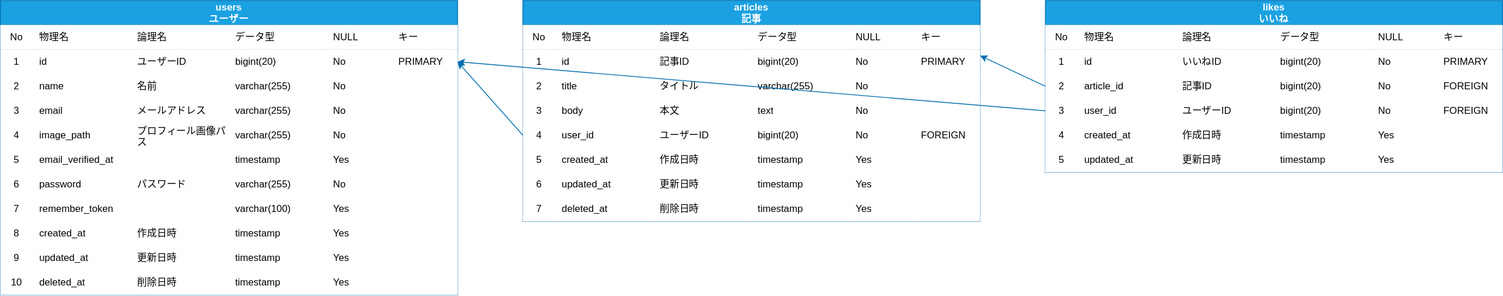
Migisan/laravel-vue-project keeps this draw.io diagram as document/er.drawio.svg. Above is the earlier version. Source tidied: cells renumbered, new cells last; positions are measured from the earlier drawing's top-left corner, leaving out a move shared by most shapes.
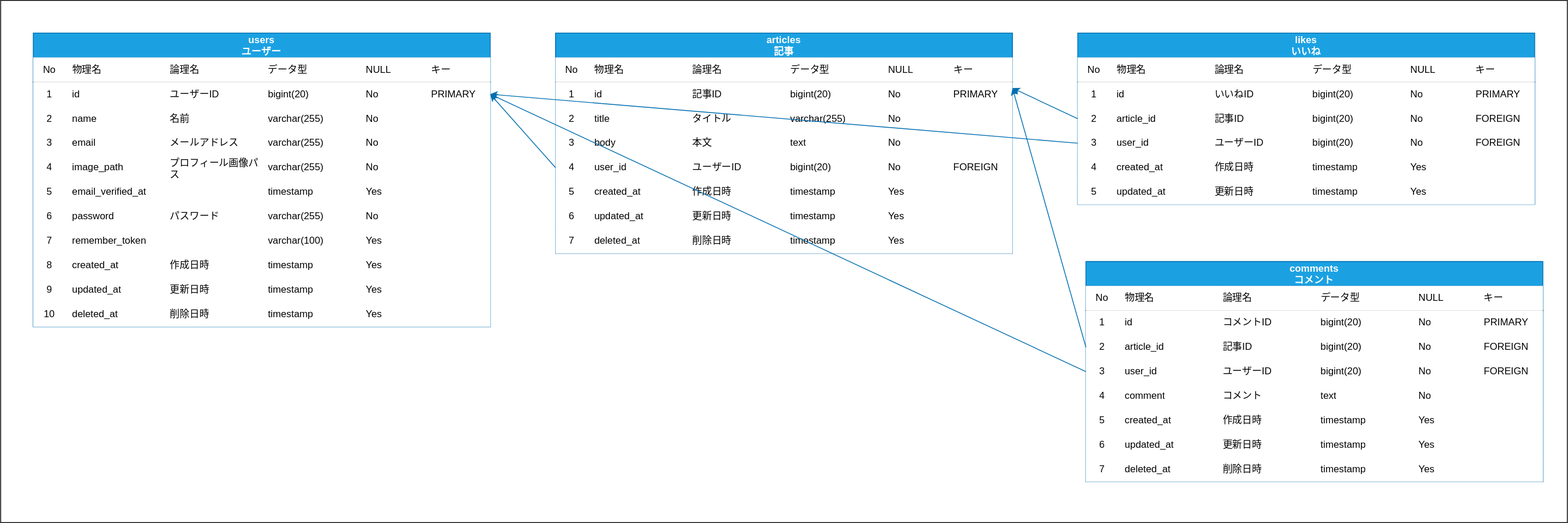
After the commit.

Commit message:
ER図にcommentsテーブル追加

The edit, as a diff of the source:
```diff
@@ -2,6 +2,9 @@
   <root>
     <mxCell id="0" />
     <mxCell id="1" parent="0" />
+    <mxCell id="183" style="rounded=0;whiteSpace=wrap;html=1;fontColor=#0000CC;fillColor=#FFFFFF;" parent="1" vertex="1">
+      <mxGeometry x="-40" y="-40" width="1920" height="640" as="geometry" />
+    </mxCell>
     <mxCell id="2" value="users&#10;ユーザー" style="shape=table;startSize=30;rowLines=0;fontStyle=1;align=center;fillColor=#1ba1e2;fontColor=#ffffff;strokeColor=#006EAF;" parent="1" vertex="1">
       <mxGeometry width="560" height="360" as="geometry" />
     </mxCell>
@@ -545,5 +548,182 @@
     <mxCell id="182" style="edgeStyle=none;html=1;exitX=0;exitY=0.5;exitDx=0;exitDy=0;entryX=1;entryY=0.5;entryDx=0;entryDy=0;fillColor=#1ba1e2;strokeColor=#006EAF;" parent="1" edge="1" source="160" target="10">
       <mxGeometry relative="1" as="geometry" />
     </mxCell>
+    <mxCell id="184" value="comments&#10;コメント" style="shape=table;startSize=30;rowLines=0;fontStyle=1;align=center;fillColor=#1ba1e2;fontColor=#ffffff;strokeColor=#006EAF;" parent="1" vertex="1">
+      <mxGeometry x="1290" y="280" width="560" height="270" as="geometry" />
+    </mxCell>
+    <mxCell id="185" style="shape=partialRectangle;html=1;whiteSpace=wrap;top=0;left=0;bottom=1;right=0;" parent="184" vertex="1">
+      <mxGeometry y="30" width="560" height="30" as="geometry" />
+    </mxCell>
+    <mxCell id="186" value="No" style="shape=partialRectangle;html=1;whiteSpace=wrap;top=0;left=0;bottom=0;right=0;overflow=hidden;" parent="185" vertex="1">
+      <mxGeometry width="40" height="30" as="geometry" />
+    </mxCell>
+    <mxCell id="187" value="物理名" style="shape=partialRectangle;html=1;whiteSpace=wrap;top=0;left=0;bottom=0;right=0;align=left;spacingLeft=6;overflow=hidden;" parent="185" vertex="1">
+      <mxGeometry x="40" width="120" height="30" as="geometry" />
+    </mxCell>
+    <mxCell id="188" value="論理名" style="shape=partialRectangle;html=1;whiteSpace=wrap;top=0;left=0;bottom=0;right=0;align=left;spacingLeft=6;overflow=hidden;" parent="185" vertex="1">
+      <mxGeometry x="160" width="120" height="30" as="geometry" />
+    </mxCell>
+    <mxCell id="189" value="データ型" style="shape=partialRectangle;html=1;whiteSpace=wrap;top=0;left=0;bottom=0;right=0;align=left;spacingLeft=6;overflow=hidden;" parent="185" vertex="1">
+      <mxGeometry x="280" width="120" height="30" as="geometry" />
+    </mxCell>
+    <mxCell id="190" value="NULL" style="shape=partialRectangle;html=1;whiteSpace=wrap;top=0;left=0;bottom=0;right=0;align=left;spacingLeft=6;overflow=hidden;" parent="185" vertex="1">
+      <mxGeometry x="400" width="80" height="30" as="geometry" />
+    </mxCell>
+    <mxCell id="191" value="キー" style="shape=partialRectangle;html=1;whiteSpace=wrap;top=0;left=0;bottom=0;right=0;align=left;spacingLeft=6;overflow=hidden;" parent="185" vertex="1">
+      <mxGeometry x="480" width="80" height="30" as="geometry" />
+    </mxCell>
+    <mxCell id="192" style="shape=partialRectangle;html=1;whiteSpace=wrap;top=0;left=0;bottom=0;right=0;" parent="184" vertex="1">
+      <mxGeometry y="60" width="560" height="30" as="geometry" />
+    </mxCell>
+    <mxCell id="193" value="1" style="shape=partialRectangle;html=1;whiteSpace=wrap;top=0;left=0;bottom=0;right=0;overflow=hidden;" parent="192" vertex="1">
+      <mxGeometry width="40" height="30" as="geometry" />
+    </mxCell>
+    <mxCell id="194" value="id" style="shape=partialRectangle;html=1;whiteSpace=wrap;top=0;left=0;bottom=0;right=0;align=left;spacingLeft=6;overflow=hidden;" parent="192" vertex="1">
+      <mxGeometry x="40" width="120" height="30" as="geometry" />
+    </mxCell>
+    <mxCell id="195" value="コメントID" style="shape=partialRectangle;html=1;whiteSpace=wrap;top=0;left=0;bottom=0;right=0;align=left;spacingLeft=6;overflow=hidden;" parent="192" vertex="1">
+      <mxGeometry x="160" width="120" height="30" as="geometry" />
+    </mxCell>
+    <mxCell id="196" value="bigint(20)" style="shape=partialRectangle;html=1;whiteSpace=wrap;top=0;left=0;bottom=0;right=0;align=left;spacingLeft=6;overflow=hidden;" parent="192" vertex="1">
+      <mxGeometry x="280" width="120" height="30" as="geometry" />
+    </mxCell>
+    <mxCell id="197" value="No" style="shape=partialRectangle;html=1;whiteSpace=wrap;top=0;left=0;bottom=0;right=0;align=left;spacingLeft=6;overflow=hidden;" parent="192" vertex="1">
+      <mxGeometry x="400" width="80" height="30" as="geometry" />
+    </mxCell>
+    <mxCell id="198" value="PRIMARY" style="shape=partialRectangle;html=1;whiteSpace=wrap;top=0;left=0;bottom=0;right=0;align=left;spacingLeft=6;overflow=hidden;" parent="192" vertex="1">
+      <mxGeometry x="480" width="80" height="30" as="geometry" />
+    </mxCell>
+    <mxCell id="199" style="shape=partialRectangle;html=1;whiteSpace=wrap;top=0;left=0;bottom=0;right=0;points=[[0,0.5],[1,0.5]];portConstraint=eastwest;" parent="184" vertex="1">
+      <mxGeometry y="90" width="560" height="30" as="geometry" />
+    </mxCell>
+    <mxCell id="200" value="2" style="shape=partialRectangle;html=1;whiteSpace=wrap;top=0;left=0;bottom=0;right=0;overflow=hidden;" parent="199" vertex="1">
+      <mxGeometry width="40" height="30" as="geometry" />
+    </mxCell>
+    <mxCell id="201" value="article_id" style="shape=partialRectangle;html=1;whiteSpace=wrap;top=0;left=0;bottom=0;right=0;align=left;spacingLeft=6;overflow=hidden;" parent="199" vertex="1">
+      <mxGeometry x="40" width="120" height="30" as="geometry" />
+    </mxCell>
+    <mxCell id="202" value="記事ID" style="shape=partialRectangle;html=1;whiteSpace=wrap;top=0;left=0;bottom=0;right=0;align=left;spacingLeft=6;overflow=hidden;" parent="199" vertex="1">
+      <mxGeometry x="160" width="120" height="30" as="geometry" />
+    </mxCell>
+    <mxCell id="203" value="bigint(20)" style="shape=partialRectangle;html=1;whiteSpace=wrap;top=0;left=0;bottom=0;right=0;align=left;spacingLeft=6;overflow=hidden;" parent="199" vertex="1">
+      <mxGeometry x="280" width="120" height="30" as="geometry" />
+    </mxCell>
+    <mxCell id="204" value="No" style="shape=partialRectangle;html=1;whiteSpace=wrap;top=0;left=0;bottom=0;right=0;align=left;spacingLeft=6;overflow=hidden;" parent="199" vertex="1">
+      <mxGeometry x="400" width="80" height="30" as="geometry" />
+    </mxCell>
+    <mxCell id="205" value="FOREIGN" style="shape=partialRectangle;html=1;whiteSpace=wrap;top=0;left=0;bottom=0;right=0;align=left;spacingLeft=6;overflow=hidden;" parent="199" vertex="1">
+      <mxGeometry x="480" width="80" height="30" as="geometry" />
+    </mxCell>
+    <mxCell id="206" style="shape=partialRectangle;html=1;whiteSpace=wrap;top=0;left=0;bottom=0;right=0;points=[[0,0.5],[1,0.5]];portConstraint=eastwest;" parent="184" vertex="1">
+      <mxGeometry y="120" width="560" height="30" as="geometry" />
+    </mxCell>
+    <mxCell id="207" value="3" style="shape=partialRectangle;html=1;whiteSpace=wrap;top=0;left=0;bottom=0;right=0;overflow=hidden;" parent="206" vertex="1">
+      <mxGeometry width="40" height="30" as="geometry" />
+    </mxCell>
+    <mxCell id="208" value="user_id" style="shape=partialRectangle;html=1;whiteSpace=wrap;top=0;left=0;bottom=0;right=0;align=left;spacingLeft=6;overflow=hidden;" parent="206" vertex="1">
+      <mxGeometry x="40" width="120" height="30" as="geometry" />
+    </mxCell>
+    <mxCell id="209" value="ユーザーID" style="shape=partialRectangle;html=1;whiteSpace=wrap;top=0;left=0;bottom=0;right=0;align=left;spacingLeft=6;overflow=hidden;" parent="206" vertex="1">
+      <mxGeometry x="160" width="120" height="30" as="geometry" />
+    </mxCell>
+    <mxCell id="210" value="bigint(20)" style="shape=partialRectangle;html=1;whiteSpace=wrap;top=0;left=0;bottom=0;right=0;align=left;spacingLeft=6;overflow=hidden;" parent="206" vertex="1">
+      <mxGeometry x="280" width="120" height="30" as="geometry" />
+    </mxCell>
+    <mxCell id="211" value="No" style="shape=partialRectangle;html=1;whiteSpace=wrap;top=0;left=0;bottom=0;right=0;align=left;spacingLeft=6;overflow=hidden;" parent="206" vertex="1">
+      <mxGeometry x="400" width="80" height="30" as="geometry" />
+    </mxCell>
+    <mxCell id="212" value="FOREIGN" style="shape=partialRectangle;html=1;whiteSpace=wrap;top=0;left=0;bottom=0;right=0;align=left;spacingLeft=6;overflow=hidden;" parent="206" vertex="1">
+      <mxGeometry x="480" width="80" height="30" as="geometry" />
+    </mxCell>
+    <mxCell id="213" style="shape=partialRectangle;html=1;whiteSpace=wrap;top=0;left=0;bottom=0;right=0;" parent="184" vertex="1">
+      <mxGeometry y="150" width="560" height="30" as="geometry" />
+    </mxCell>
+    <mxCell id="214" value="4" style="shape=partialRectangle;html=1;whiteSpace=wrap;top=0;left=0;bottom=0;right=0;overflow=hidden;" parent="213" vertex="1">
+      <mxGeometry width="40" height="30" as="geometry" />
+    </mxCell>
+    <mxCell id="215" value="comment" style="shape=partialRectangle;html=1;whiteSpace=wrap;top=0;left=0;bottom=0;right=0;align=left;spacingLeft=6;overflow=hidden;" parent="213" vertex="1">
+      <mxGeometry x="40" width="120" height="30" as="geometry" />
+    </mxCell>
+    <mxCell id="216" value="コメント" style="shape=partialRectangle;html=1;whiteSpace=wrap;top=0;left=0;bottom=0;right=0;align=left;spacingLeft=6;overflow=hidden;" parent="213" vertex="1">
+      <mxGeometry x="160" width="120" height="30" as="geometry" />
+    </mxCell>
+    <mxCell id="217" value="text" style="shape=partialRectangle;html=1;whiteSpace=wrap;top=0;left=0;bottom=0;right=0;align=left;spacingLeft=6;overflow=hidden;" parent="213" vertex="1">
+      <mxGeometry x="280" width="120" height="30" as="geometry" />
+    </mxCell>
+    <mxCell id="218" value="No" style="shape=partialRectangle;html=1;whiteSpace=wrap;top=0;left=0;bottom=0;right=0;align=left;spacingLeft=6;overflow=hidden;" parent="213" vertex="1">
+      <mxGeometry x="400" width="80" height="30" as="geometry" />
+    </mxCell>
+    <mxCell id="219" style="shape=partialRectangle;html=1;whiteSpace=wrap;top=0;left=0;bottom=0;right=0;align=left;spacingLeft=6;overflow=hidden;" parent="213" vertex="1">
+      <mxGeometry x="480" width="80" height="30" as="geometry" />
+    </mxCell>
+    <mxCell id="220" style="shape=partialRectangle;html=1;whiteSpace=wrap;top=0;left=0;bottom=0;right=0;" parent="184" vertex="1">
+      <mxGeometry y="180" width="560" height="30" as="geometry" />
+    </mxCell>
+    <mxCell id="221" value="5" style="shape=partialRectangle;html=1;whiteSpace=wrap;top=0;left=0;bottom=0;right=0;overflow=hidden;" parent="220" vertex="1">
+      <mxGeometry width="40" height="30" as="geometry" />
+    </mxCell>
+    <mxCell id="222" value="created_at" style="shape=partialRectangle;html=1;whiteSpace=wrap;top=0;left=0;bottom=0;right=0;align=left;spacingLeft=6;overflow=hidden;" parent="220" vertex="1">
+      <mxGeometry x="40" width="120" height="30" as="geometry" />
+    </mxCell>
+    <mxCell id="223" value="作成日時" style="shape=partialRectangle;html=1;whiteSpace=wrap;top=0;left=0;bottom=0;right=0;align=left;spacingLeft=6;overflow=hidden;" parent="220" vertex="1">
+      <mxGeometry x="160" width="120" height="30" as="geometry" />
+    </mxCell>
+    <mxCell id="224" value="timestamp" style="shape=partialRectangle;html=1;whiteSpace=wrap;top=0;left=0;bottom=0;right=0;align=left;spacingLeft=6;overflow=hidden;" parent="220" vertex="1">
+      <mxGeometry x="280" width="120" height="30" as="geometry" />
+    </mxCell>
+    <mxCell id="225" value="Yes" style="shape=partialRectangle;html=1;whiteSpace=wrap;top=0;left=0;bottom=0;right=0;align=left;spacingLeft=6;overflow=hidden;" parent="220" vertex="1">
+      <mxGeometry x="400" width="80" height="30" as="geometry" />
+    </mxCell>
+    <mxCell id="226" style="shape=partialRectangle;html=1;whiteSpace=wrap;top=0;left=0;bottom=0;right=0;align=left;spacingLeft=6;overflow=hidden;" parent="220" vertex="1">
+      <mxGeometry x="480" width="80" height="30" as="geometry" />
+    </mxCell>
+    <mxCell id="227" style="shape=partialRectangle;html=1;whiteSpace=wrap;top=0;left=0;bottom=0;right=0;" parent="184" vertex="1">
+      <mxGeometry y="210" width="560" height="30" as="geometry" />
+    </mxCell>
+    <mxCell id="228" value="6" style="shape=partialRectangle;html=1;whiteSpace=wrap;top=0;left=0;bottom=0;right=0;overflow=hidden;" parent="227" vertex="1">
+      <mxGeometry width="40" height="30" as="geometry" />
+    </mxCell>
+    <mxCell id="229" value="updated_at" style="shape=partialRectangle;html=1;whiteSpace=wrap;top=0;left=0;bottom=0;right=0;align=left;spacingLeft=6;overflow=hidden;" parent="227" vertex="1">
+      <mxGeometry x="40" width="120" height="30" as="geometry" />
+    </mxCell>
+    <mxCell id="230" value="更新日時" style="shape=partialRectangle;html=1;whiteSpace=wrap;top=0;left=0;bottom=0;right=0;align=left;spacingLeft=6;overflow=hidden;" parent="227" vertex="1">
+      <mxGeometry x="160" width="120" height="30" as="geometry" />
+    </mxCell>
+    <mxCell id="231" value="timestamp" style="shape=partialRectangle;html=1;whiteSpace=wrap;top=0;left=0;bottom=0;right=0;align=left;spacingLeft=6;overflow=hidden;" parent="227" vertex="1">
+      <mxGeometry x="280" width="120" height="30" as="geometry" />
+    </mxCell>
+    <mxCell id="232" value="Yes" style="shape=partialRectangle;html=1;whiteSpace=wrap;top=0;left=0;bottom=0;right=0;align=left;spacingLeft=6;overflow=hidden;" parent="227" vertex="1">
+      <mxGeometry x="400" width="80" height="30" as="geometry" />
+    </mxCell>
+    <mxCell id="233" style="shape=partialRectangle;html=1;whiteSpace=wrap;top=0;left=0;bottom=0;right=0;align=left;spacingLeft=6;overflow=hidden;" parent="227" vertex="1">
+      <mxGeometry x="480" width="80" height="30" as="geometry" />
+    </mxCell>
+    <mxCell id="234" style="shape=partialRectangle;html=1;whiteSpace=wrap;top=0;left=0;bottom=0;right=0;" parent="184" vertex="1">
+      <mxGeometry y="240" width="560" height="30" as="geometry" />
+    </mxCell>
+    <mxCell id="235" value="7" style="shape=partialRectangle;html=1;whiteSpace=wrap;top=0;left=0;bottom=0;right=0;overflow=hidden;" parent="234" vertex="1">
+      <mxGeometry width="40" height="30" as="geometry" />
+    </mxCell>
+    <mxCell id="236" value="deleted_at" style="shape=partialRectangle;html=1;whiteSpace=wrap;top=0;left=0;bottom=0;right=0;align=left;spacingLeft=6;overflow=hidden;" parent="234" vertex="1">
+      <mxGeometry x="40" width="120" height="30" as="geometry" />
+    </mxCell>
+    <mxCell id="237" value="削除日時" style="shape=partialRectangle;html=1;whiteSpace=wrap;top=0;left=0;bottom=0;right=0;align=left;spacingLeft=6;overflow=hidden;" parent="234" vertex="1">
+      <mxGeometry x="160" width="120" height="30" as="geometry" />
+    </mxCell>
+    <mxCell id="238" value="timestamp" style="shape=partialRectangle;html=1;whiteSpace=wrap;top=0;left=0;bottom=0;right=0;align=left;spacingLeft=6;overflow=hidden;" parent="234" vertex="1">
+      <mxGeometry x="280" width="120" height="30" as="geometry" />
+    </mxCell>
+    <mxCell id="239" value="Yes" style="shape=partialRectangle;html=1;whiteSpace=wrap;top=0;left=0;bottom=0;right=0;align=left;spacingLeft=6;overflow=hidden;" parent="234" vertex="1">
+      <mxGeometry x="400" width="80" height="30" as="geometry" />
+    </mxCell>
+    <mxCell id="240" style="shape=partialRectangle;html=1;whiteSpace=wrap;top=0;left=0;bottom=0;right=0;align=left;spacingLeft=6;overflow=hidden;" parent="234" vertex="1">
+      <mxGeometry x="480" width="80" height="30" as="geometry" />
+    </mxCell>
+    <mxCell id="241" style="edgeStyle=none;html=1;exitX=0;exitY=0.5;exitDx=0;exitDy=0;entryX=1;entryY=0.25;entryDx=0;entryDy=0;strokeColor=#006EAF;" parent="1" edge="1" source="199" target="80">
+      <mxGeometry relative="1" as="geometry" />
+    </mxCell>
+    <mxCell id="242" style="edgeStyle=none;html=1;exitX=0;exitY=0.5;exitDx=0;exitDy=0;strokeColor=#006EAF;entryX=1;entryY=0.5;entryDx=0;entryDy=0;" parent="1" edge="1" source="206" target="10">
+      <mxGeometry relative="1" as="geometry" />
+    </mxCell>
   </root>
 </mxGraphModel>
```
